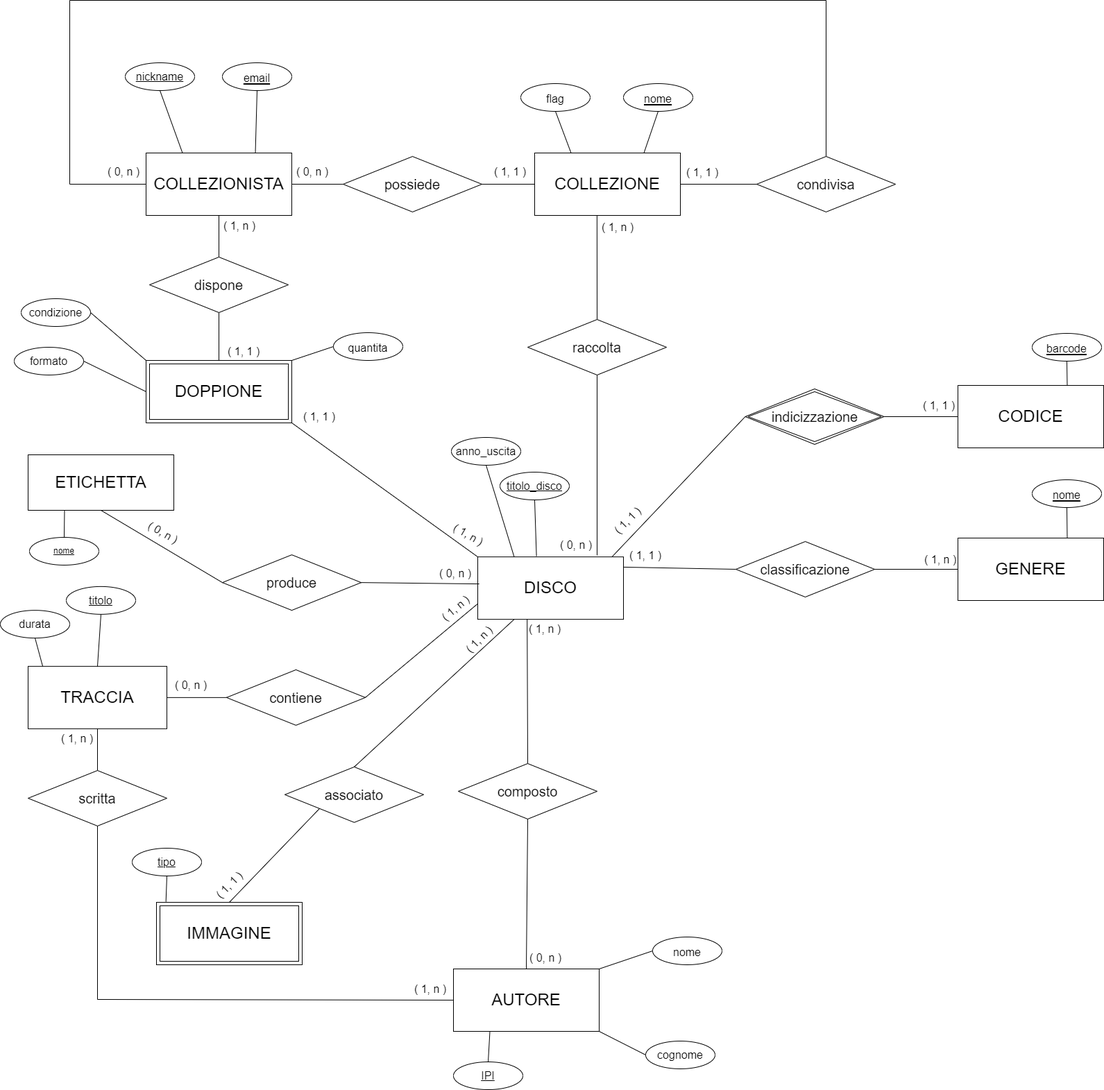
maryluuuu/db-collectors keeps this draw.io diagram as SCHEMA_ER_Progetto Imagine.drawio.png. Above is the earlier version. Source tidied: cells renumbered, new cells last; positions are measured from the earlier drawing's top-left corner, leaving out a move shared by most shapes.
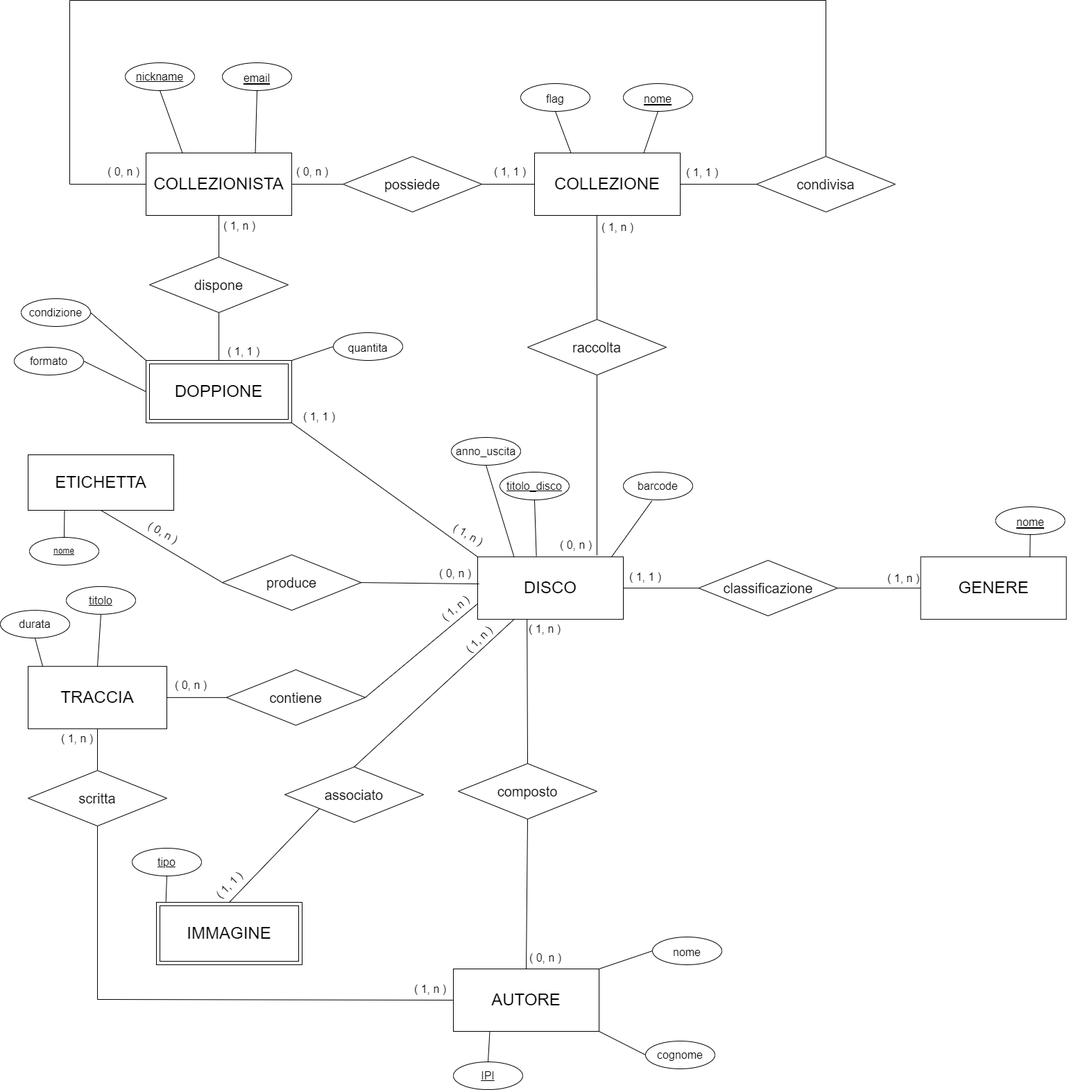
The same diagram one commit later.

Commit message:
Aggiornamento SCHEMA E-R Parte 2

Diff of the diagram source:
```diff
@@ -2,35 +2,26 @@
   <root>
     <mxCell id="0" />
     <mxCell id="1" parent="0" />
-    <mxCell id="2" style="endArrow=none;html=1;rounded=0;entryX=0;entryY=0.5;entryDx=0;entryDy=0;exitX=0.914;exitY=0.017;exitDx=0;exitDy=0;fontSize=24;exitPerimeter=0;" parent="1" edge="1" source="5" target="44">
+    <mxCell id="2" style="endArrow=none;html=1;rounded=0;exitX=0.914;exitY=0.017;exitDx=0;exitDy=0;fontSize=24;exitPerimeter=0;entryX=0.412;entryY=1.033;entryDx=0;entryDy=0;entryPerimeter=0;" parent="1" edge="1" source="5" target="6">
       <mxGeometry relative="1" as="geometry" />
     </mxCell>
-    <mxCell id="3" style="endArrow=none;html=1;rounded=0;entryX=0;entryY=0.5;entryDx=0;entryDy=0;exitX=1;exitY=0.5;exitDx=0;exitDy=0;fontSize=24;" parent="1" edge="1" source="44" target="4">
-      <mxGeometry relative="1" as="geometry" />
-    </mxCell>
-    <mxCell id="4" value="CODICE" style="whiteSpace=wrap;html=1;align=center;fontSize=24;" parent="1" vertex="1">
-      <mxGeometry x="1380" y="555" width="210" height="90" as="geometry" />
-    </mxCell>
     <mxCell id="5" value="DISCO" style="whiteSpace=wrap;html=1;align=center;fontSize=24;" parent="1" vertex="1">
       <mxGeometry x="688" y="802.1" width="210" height="90" as="geometry" />
     </mxCell>
-    <mxCell id="6" value="&lt;font style=&quot;font-size: 16px;&quot;&gt;barcode&lt;/font&gt;" style="ellipse;whiteSpace=wrap;html=1;align=center;fontStyle=4;fontSize=24;" parent="1" vertex="1">
-      <mxGeometry x="1487" y="480" width="100" height="40" as="geometry" />
-    </mxCell>
-    <mxCell id="7" style="endArrow=none;html=1;rounded=0;entryX=0;entryY=0.5;entryDx=0;entryDy=0;exitX=1.002;exitY=0.164;exitDx=0;exitDy=0;fontSize=24;exitPerimeter=0;" parent="1" edge="1" source="5" target="8">
+    <mxCell id="7" style="endArrow=none;html=1;rounded=0;entryX=0;entryY=0.5;entryDx=0;entryDy=0;fontSize=24;exitX=1;exitY=0.5;exitDx=0;exitDy=0;" parent="1" edge="1" source="5" target="8">
       <mxGeometry relative="1" as="geometry" />
     </mxCell>
     <mxCell id="8" value="&lt;font style=&quot;font-size: 20px;&quot;&gt;classificazione&lt;/font&gt;" style="shape=rhombus;perimeter=rhombusPerimeter;whiteSpace=wrap;html=1;align=center;fontSize=24;" parent="1" vertex="1">
-      <mxGeometry x="1060" y="780" width="200" height="80" as="geometry" />
+      <mxGeometry x="1006.6" y="807.1" width="200" height="80" as="geometry" />
     </mxCell>
     <mxCell id="9" style="endArrow=none;html=1;rounded=0;exitX=1;exitY=0.5;exitDx=0;exitDy=0;entryX=0;entryY=0.5;entryDx=0;entryDy=0;fontSize=24;" parent="1" edge="1" source="8" target="10">
       <mxGeometry relative="1" as="geometry" />
     </mxCell>
     <mxCell id="10" value="GENERE" style="whiteSpace=wrap;html=1;align=center;fontSize=24;" parent="1" vertex="1">
-      <mxGeometry x="1380" y="775" width="210" height="90" as="geometry" />
+      <mxGeometry x="1326.6" y="802.1" width="210" height="90" as="geometry" />
     </mxCell>
     <mxCell id="11" value="&lt;font style=&quot;font-size: 16px;&quot;&gt;nome&lt;/font&gt;" style="ellipse;whiteSpace=wrap;html=1;align=center;fontStyle=4;fontSize=24;" parent="1" vertex="1">
-      <mxGeometry x="1487" y="691" width="100" height="40" as="geometry" />
+      <mxGeometry x="1434.6" y="730" width="100" height="40" as="geometry" />
     </mxCell>
     <mxCell id="12" style="endArrow=none;html=1;rounded=0;entryX=0.75;entryY=0;entryDx=0;entryDy=0;exitX=0.5;exitY=1;exitDx=0;exitDy=0;fontSize=24;" parent="1" edge="1" source="11" target="10">
       <mxGeometry relative="1" as="geometry" />
@@ -130,20 +121,11 @@
     <mxCell id="43" value="( 0, n )" style="text;html=1;strokeColor=none;fillColor=none;align=center;verticalAlign=middle;whiteSpace=wrap;rounded=0;fontSize=16;" parent="1" vertex="1">
       <mxGeometry x="800" y="770" width="60" height="30" as="geometry" />
     </mxCell>
-    <mxCell id="44" value="&lt;font style=&quot;font-size: 20px;&quot;&gt;indicizzazione&lt;/font&gt;" style="shape=rhombus;double=1;perimeter=rhombusPerimeter;whiteSpace=wrap;html=1;align=center;fontSize=24;" parent="1" vertex="1">
-      <mxGeometry x="1073.5" y="560" width="200" height="80" as="geometry" />
-    </mxCell>
-    <mxCell id="45" value="( 1, 1 )" style="text;html=1;strokeColor=none;fillColor=none;align=center;verticalAlign=middle;whiteSpace=wrap;rounded=0;fontSize=16;rotation=-45;" parent="1" vertex="1">
-      <mxGeometry x="873.5" y="735" width="60" height="30" as="geometry" />
-    </mxCell>
-    <mxCell id="46" value="&lt;font style=&quot;font-size: 16px;&quot;&gt;( 1, 1 )&lt;/font&gt;" style="text;html=1;strokeColor=none;fillColor=none;align=center;verticalAlign=middle;whiteSpace=wrap;rounded=0;fontSize=24;" parent="1" vertex="1">
-      <mxGeometry x="1323" y="567" width="60" height="30" as="geometry" />
-    </mxCell>
     <mxCell id="47" value="( 1, 1 )" style="text;html=1;strokeColor=none;fillColor=none;align=center;verticalAlign=middle;whiteSpace=wrap;rounded=0;fontSize=16;" parent="1" vertex="1">
-      <mxGeometry x="900" y="785" width="60" height="30" as="geometry" />
+      <mxGeometry x="899.6" y="816.1" width="60" height="30" as="geometry" />
     </mxCell>
     <mxCell id="48" value="( 1, n )" style="text;whiteSpace=wrap;html=1;fontSize=16;" parent="1" vertex="1">
-      <mxGeometry x="1330" y="790" width="70" height="40" as="geometry" />
+      <mxGeometry x="1276.6" y="817.1" width="70" height="40" as="geometry" />
     </mxCell>
     <mxCell id="49" value="&lt;font style=&quot;font-size: 16px;&quot;&gt;nome&lt;/font&gt;" style="ellipse;whiteSpace=wrap;html=1;align=center;fontSize=24;" parent="1" vertex="1">
       <mxGeometry x="940" y="1350" width="100" height="40" as="geometry" />
@@ -184,9 +166,6 @@
     <mxCell id="61" style="endArrow=none;html=1;rounded=0;entryX=0.5;entryY=1;entryDx=0;entryDy=0;exitX=0.403;exitY=-0.013;exitDx=0;exitDy=0;fontSize=24;exitPerimeter=0;" parent="1" edge="1" source="5" target="60">
       <mxGeometry relative="1" as="geometry" />
     </mxCell>
-    <mxCell id="62" style="endArrow=none;html=1;rounded=0;entryX=0.5;entryY=1;entryDx=0;entryDy=0;exitX=0.75;exitY=0;exitDx=0;exitDy=0;fontSize=24;" parent="1" edge="1" source="4" target="6">
-      <mxGeometry relative="1" as="geometry" />
-    </mxCell>
     <mxCell id="63" style="endArrow=none;html=1;rounded=0;entryX=0.25;entryY=0;entryDx=0;entryDy=0;exitX=0.5;exitY=1;exitDx=0;exitDy=0;fontSize=24;" parent="1" edge="1" source="64" target="5">
       <mxGeometry relative="1" as="geometry" />
     </mxCell>
@@ -331,5 +310,8 @@
     <mxCell id="106" style="endArrow=none;html=1;rounded=0;entryX=1;entryY=0.5;entryDx=0;entryDy=0;exitX=0;exitY=0;exitDx=0;exitDy=0;" parent="1" edge="1" source="98" target="103">
       <mxGeometry relative="1" as="geometry" />
     </mxCell>
+    <mxCell id="6" value="&lt;font style=&quot;font-size: 16px;&quot;&gt;barcode&lt;/font&gt;" style="ellipse;whiteSpace=wrap;html=1;align=center;" parent="1" vertex="1">
+      <mxGeometry x="898" y="680" width="100" height="40" as="geometry" />
+    </mxCell>
   </root>
 </mxGraphModel>
```
